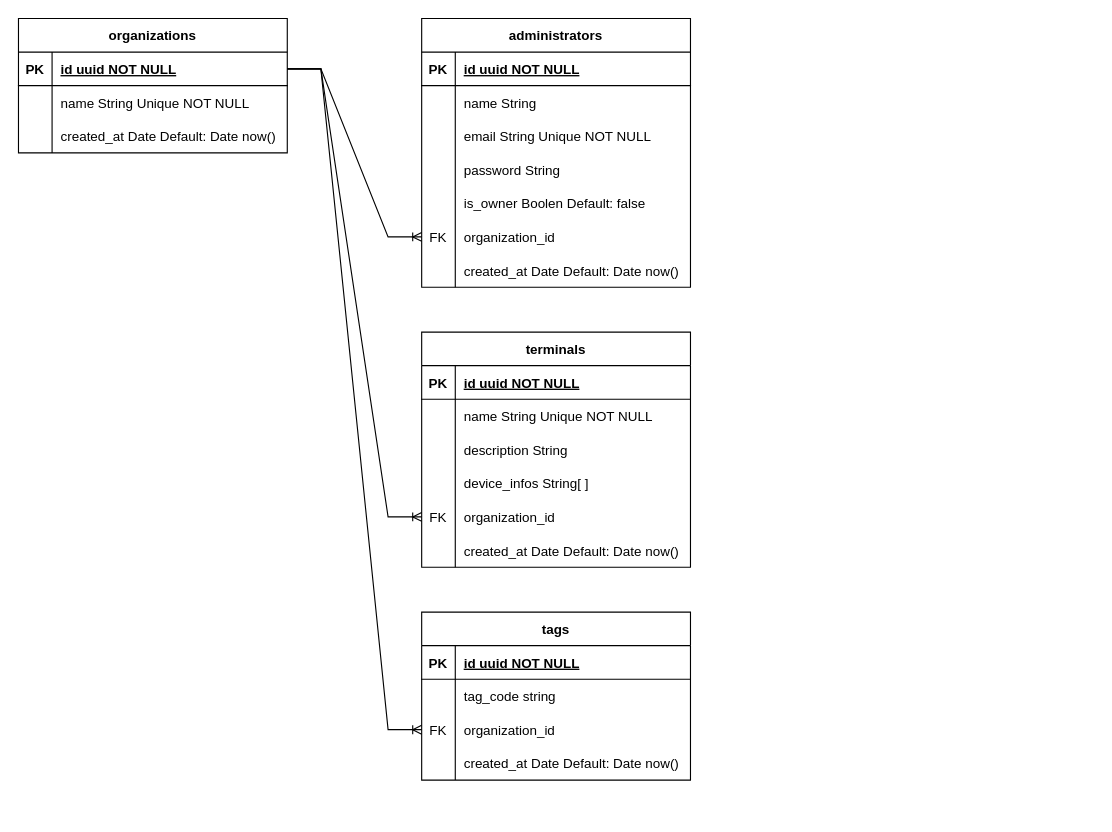
Earlier version of the draw.io diagram Diagrama sem nome.drawio (gabrieldouurado/draw.io-reposotory). Source tidied: cells renumbered, new cells numbered last; positions are measured from the earlier drawing's top-left corner, leaving out a move shared by most shapes. Both pictures are drawn from the tidied source at 112%, with x=0, y=0 at pixel (18, 18).
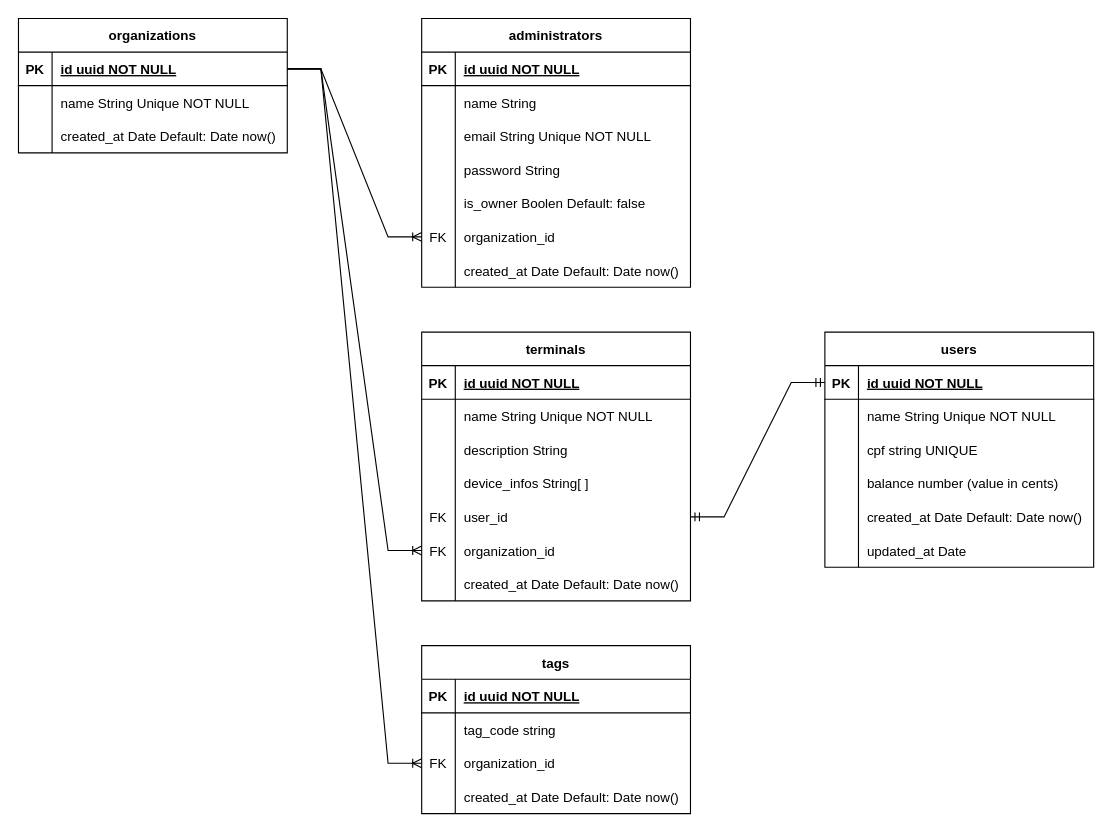
Above is the later version.

Commit message:
Add users entity

What changed in the source:
```diff
@@
     <mxCell id="35" value="terminals" style="shape=table;startSize=30;childLayout=tableLayout;rowLines=0;fontStyle=1;align=center;" parent="1" vertex="1">
-      <mxGeometry x="360" y="280" width="240" height="210" as="geometry" />
+      <mxGeometry x="360" y="280" width="240" height="240" as="geometry" />
     </mxCell>
@@
+    <mxCell id="69" style="shape=tableRow;horizontal=0;startSize=0;swimlaneHead=0;swimlaneBody=0;fillColor=none;points=[[0,0.5],[1,0.5]];portConstraint=eastwest;top=0;left=0;right=0;bottom=0;" parent="35" vertex="1">
+      <mxGeometry y="150" width="240" height="30" as="geometry" />
+    </mxCell>
+    <mxCell id="70" value="FK" style="shape=partialRectangle;fillColor=none;top=0;left=0;bottom=0;right=0;overflow=hidden;" parent="69" vertex="1">
+      <mxGeometry width="30" height="30" as="geometry" />
+    </mxCell>
+    <mxCell id="71" value="user_id" style="shape=partialRectangle;fillColor=none;top=0;left=0;bottom=0;right=0;align=left;spacingLeft=6;overflow=hidden;" parent="69" vertex="1">
+      <mxGeometry x="30" width="210" height="30" as="geometry" />
+    </mxCell>
     <mxCell id="48" style="shape=tableRow;horizontal=0;startSize=0;swimlaneHead=0;swimlaneBody=0;fillColor=none;points=[[0,0.5],[1,0.5]];portConstraint=eastwest;top=0;left=0;right=0;bottom=0;" parent="35" vertex="1">
-      <mxGeometry y="150" width="240" height="30" as="geometry" />
+      <mxGeometry y="180" width="240" height="30" as="geometry" />
     </mxCell>
@@
     <mxCell id="51" style="shape=tableRow;horizontal=0;startSize=0;swimlaneHead=0;swimlaneBody=0;fillColor=none;top=0;left=0;right=0;bottom=0;" parent="35" vertex="1">
-      <mxGeometry y="180" width="240" height="30" as="geometry" />
+      <mxGeometry y="210" width="240" height="30" as="geometry" />
     </mxCell>
@@
     <mxCell id="55" value="tags" style="shape=table;startSize=30;childLayout=tableLayout;rowLines=0;fontStyle=1;align=center;" parent="1" vertex="1">
-      <mxGeometry x="360" y="530" width="240" height="150" as="geometry" />
+      <mxGeometry x="360" y="560" width="240" height="150" as="geometry" />
     </mxCell>
@@
+    <mxCell id="72" value="users" style="shape=table;startSize=30;childLayout=tableLayout;rowLines=0;fontStyle=1;align=center;" parent="1" vertex="1">
+      <mxGeometry x="720" y="280" width="240" height="210" as="geometry" />
+    </mxCell>
+    <mxCell id="73" style="shape=tableRow;horizontal=0;startSize=0;swimlaneHead=0;swimlaneBody=0;fillColor=none;points=[[0,0.5],[1,0.5]];portConstraint=eastwest;top=0;left=0;right=0;bottom=1;" parent="72" vertex="1">
+      <mxGeometry y="30" width="240" height="30" as="geometry" />
+    </mxCell>
+    <mxCell id="74" value="PK" style="shape=partialRectangle;fillColor=none;top=0;left=0;bottom=0;right=0;fontStyle=1;overflow=hidden;" parent="73" vertex="1">
+      <mxGeometry width="30" height="30" as="geometry" />
+    </mxCell>
+    <mxCell id="75" value="id uuid NOT NULL" style="shape=partialRectangle;fillColor=none;top=0;left=0;bottom=0;right=0;align=left;spacingLeft=6;fontStyle=5;overflow=hidden;" parent="73" vertex="1">
+      <mxGeometry x="30" width="210" height="30" as="geometry" />
+    </mxCell>
+    <mxCell id="76" style="shape=tableRow;horizontal=0;startSize=0;swimlaneHead=0;swimlaneBody=0;fillColor=none;top=0;left=0;right=0;bottom=0;" parent="72" vertex="1">
+      <mxGeometry y="60" width="240" height="30" as="geometry" />
+    </mxCell>
+    <mxCell id="77" style="shape=partialRectangle;fillColor=none;top=0;left=0;bottom=0;right=0;overflow=hidden;" parent="76" vertex="1">
+      <mxGeometry width="30" height="30" as="geometry" />
+    </mxCell>
+    <mxCell id="78" value="name String Unique NOT NULL" style="shape=partialRectangle;fillColor=none;top=0;left=0;bottom=0;right=0;align=left;spacingLeft=6;overflow=hidden;" parent="76" vertex="1">
+      <mxGeometry x="30" width="210" height="30" as="geometry" />
+    </mxCell>
+    <mxCell id="79" style="shape=tableRow;horizontal=0;startSize=0;swimlaneHead=0;swimlaneBody=0;fillColor=none;top=0;left=0;right=0;bottom=0;" parent="72" vertex="1">
+      <mxGeometry y="90" width="240" height="30" as="geometry" />
+    </mxCell>
+    <mxCell id="80" style="shape=partialRectangle;fillColor=none;top=0;left=0;bottom=0;right=0;overflow=hidden;" parent="79" vertex="1">
+      <mxGeometry width="30" height="30" as="geometry" />
+    </mxCell>
+    <mxCell id="81" value="cpf string UNIQUE" style="shape=partialRectangle;fillColor=none;top=0;left=0;bottom=0;right=0;align=left;spacingLeft=6;overflow=hidden;" parent="79" vertex="1">
+      <mxGeometry x="30" width="210" height="30" as="geometry" />
+    </mxCell>
+    <mxCell id="82" style="shape=tableRow;horizontal=0;startSize=0;swimlaneHead=0;swimlaneBody=0;fillColor=none;top=0;left=0;right=0;bottom=0;" parent="72" vertex="1">
+      <mxGeometry y="120" width="240" height="30" as="geometry" />
+    </mxCell>
+    <mxCell id="83" style="shape=partialRectangle;fillColor=none;top=0;left=0;bottom=0;right=0;overflow=hidden;" parent="82" vertex="1">
+      <mxGeometry width="30" height="30" as="geometry" />
+    </mxCell>
+    <mxCell id="84" value="balance number (value in cents)" style="shape=partialRectangle;fillColor=none;top=0;left=0;bottom=0;right=0;align=left;spacingLeft=6;overflow=hidden;" parent="82" vertex="1">
+      <mxGeometry x="30" width="210" height="30" as="geometry" />
+    </mxCell>
+    <mxCell id="85" style="shape=tableRow;horizontal=0;startSize=0;swimlaneHead=0;swimlaneBody=0;fillColor=none;top=0;left=0;right=0;bottom=0;" parent="72" vertex="1">
+      <mxGeometry y="150" width="240" height="30" as="geometry" />
+    </mxCell>
+    <mxCell id="86" style="shape=partialRectangle;fillColor=none;top=0;left=0;bottom=0;right=0;overflow=hidden;" parent="85" vertex="1">
+      <mxGeometry width="30" height="30" as="geometry" />
+    </mxCell>
+    <mxCell id="87" value="created_at Date Default: Date now()" style="shape=partialRectangle;fillColor=none;top=0;left=0;bottom=0;right=0;align=left;spacingLeft=6;overflow=hidden;" parent="85" vertex="1">
+      <mxGeometry x="30" width="210" height="30" as="geometry" />
+    </mxCell>
+    <mxCell id="88" style="shape=tableRow;horizontal=0;startSize=0;swimlaneHead=0;swimlaneBody=0;fillColor=none;top=0;left=0;right=0;bottom=0;" parent="72" vertex="1">
+      <mxGeometry y="180" width="240" height="30" as="geometry" />
+    </mxCell>
+    <mxCell id="89" style="shape=partialRectangle;fillColor=none;top=0;left=0;bottom=0;right=0;overflow=hidden;" parent="88" vertex="1">
+      <mxGeometry width="30" height="30" as="geometry" />
+    </mxCell>
+    <mxCell id="90" value="updated_at Date" style="shape=partialRectangle;fillColor=none;top=0;left=0;bottom=0;right=0;align=left;spacingLeft=6;overflow=hidden;" parent="88" vertex="1">
+      <mxGeometry x="30" width="210" height="30" as="geometry" />
+    </mxCell>
+    <mxCell id="91" style="edgeStyle=entityRelationEdgeStyle;fontSize=12;html=1;endArrow=ERmandOne;startArrow=ERmandOne;rounded=0;entryX=0;entryY=0.5;entryDx=0;entryDy=0;exitX=1;exitY=0.5;exitDx=0;exitDy=0;" parent="1" edge="1" source="69" target="73">
+      <mxGeometry relative="1" as="geometry" />
+    </mxCell>
```
